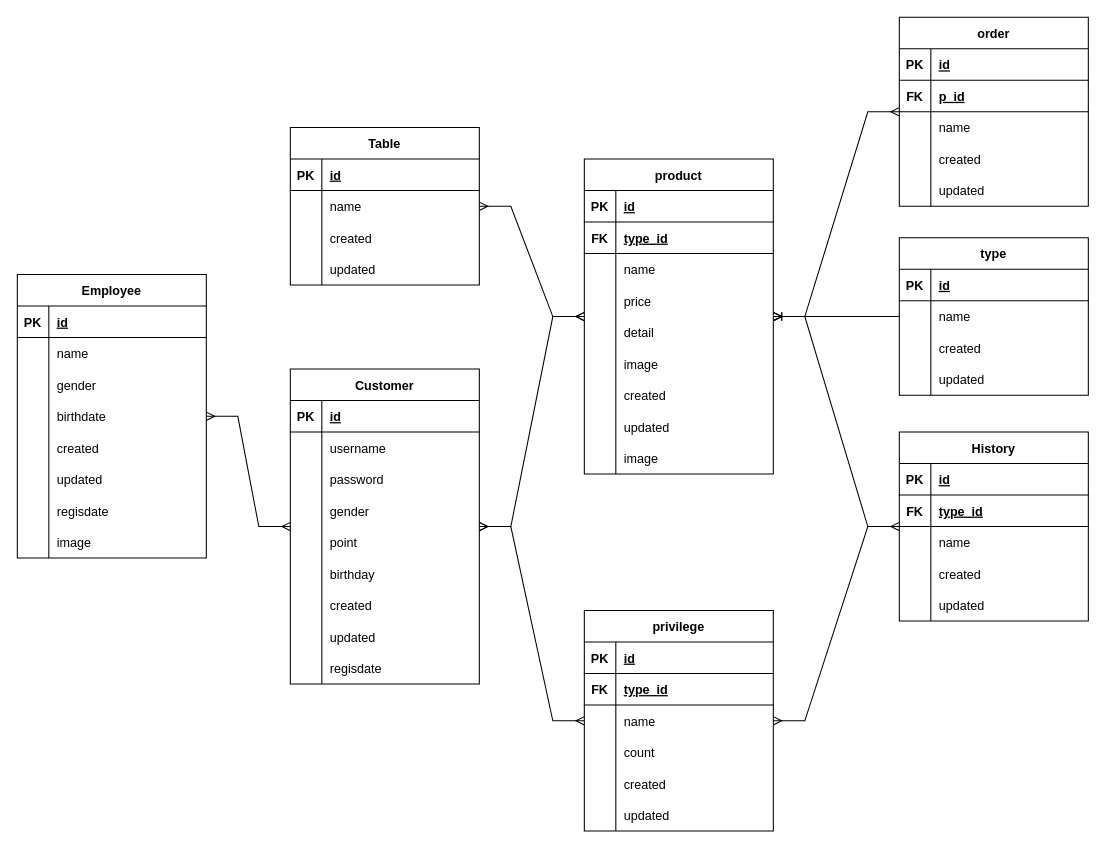
bomtawep/bom-order-nodejs keeps this draw.io diagram as src/Database-design.drawio. Above is the earlier version. Source tidied: cells renumbered, new cells numbered last; positions are measured from the earlier drawing's top-left corner, leaving out a move shared by most shapes. Both pictures are drawn from the tidied source at 105%, with x=0, y=0 at pixel (17, 17).
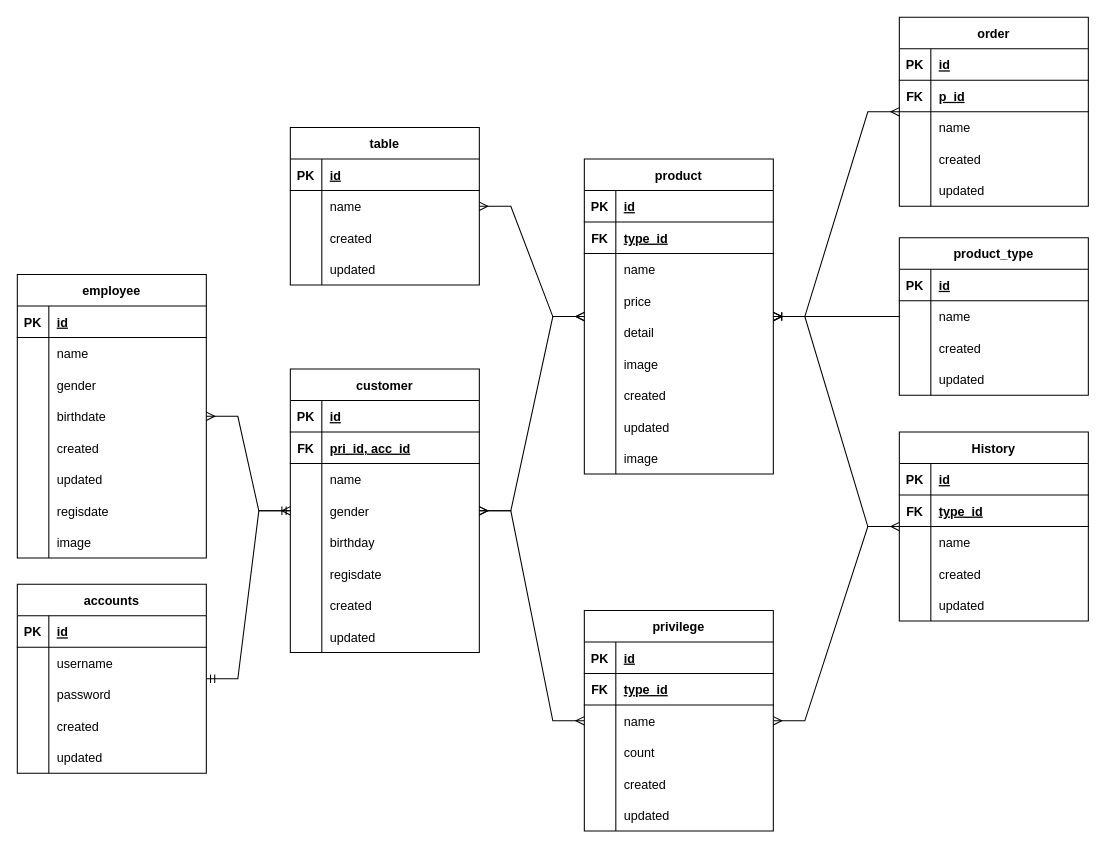
The same diagram, later.

Diff of the diagram source:
```diff
@@
-    <mxCell id="2" value="Table" style="shape=table;startSize=30;childLayout=tableLayout;rowLines=0;fontStyle=1;align=center;" parent="1" vertex="1">
+    <mxCell id="2" value="table" style="shape=table;startSize=30;childLayout=tableLayout;rowLines=0;fontStyle=1;align=center;" parent="1" vertex="1">
       <mxGeometry x="260" y="105" width="180" height="150" as="geometry" />
     </mxCell>
@@
-    <mxCell id="15" value="Customer" style="shape=table;startSize=30;childLayout=tableLayout;rowLines=0;fontStyle=1;align=center;" parent="1" vertex="1">
-      <mxGeometry x="260" y="335" width="180" height="300" as="geometry" />
+    <mxCell id="15" value="customer" style="shape=table;startSize=30;childLayout=tableLayout;rowLines=0;fontStyle=1;align=center;" parent="1" vertex="1">
+      <mxGeometry x="260" y="335" width="180" height="270" as="geometry" />
     </mxCell>
@@
+    <mxCell id="168" style="shape=tableRow;horizontal=0;startSize=0;swimlaneHead=0;swimlaneBody=0;fillColor=none;top=0;left=0;right=0;bottom=1;" parent="15" vertex="1">
+      <mxGeometry y="60" width="180" height="30" as="geometry" />
+    </mxCell>
+    <mxCell id="169" value="FK" style="shape=partialRectangle;fillColor=none;top=0;left=0;bottom=0;right=0;fontStyle=1;overflow=hidden;" parent="168" vertex="1">
+      <mxGeometry width="30" height="30" as="geometry" />
+    </mxCell>
+    <mxCell id="170" value="pri_id, acc_id" style="shape=partialRectangle;fillColor=none;top=0;left=0;bottom=0;right=0;align=left;spacingLeft=6;fontStyle=5;overflow=hidden;" parent="168" vertex="1">
+      <mxGeometry x="30" width="150" height="30" as="geometry" />
+    </mxCell>
     <mxCell id="19" style="shape=tableRow;horizontal=0;startSize=0;swimlaneHead=0;swimlaneBody=0;fillColor=none;top=0;left=0;right=0;bottom=0;" parent="15" vertex="1">
-      <mxGeometry y="60" width="180" height="30" as="geometry" />
+      <mxGeometry y="90" width="180" height="30" as="geometry" />
     </mxCell>
@@
-    <mxCell id="21" value="username" style="shape=partialRectangle;fillColor=none;top=0;left=0;bottom=0;right=0;align=left;spacingLeft=6;overflow=hidden;" parent="19" vertex="1">
+    <mxCell id="21" value="name" style="shape=partialRectangle;fillColor=none;top=0;left=0;bottom=0;right=0;align=left;spacingLeft=6;overflow=hidden;" parent="19" vertex="1">
       <mxGeometry x="30" width="150" height="30" as="geometry" />
     </mxCell>
-    <mxCell id="22" style="shape=tableRow;horizontal=0;startSize=0;swimlaneHead=0;swimlaneBody=0;fillColor=none;top=0;left=0;right=0;bottom=0;" parent="15" vertex="1">
-      <mxGeometry y="90" width="180" height="30" as="geometry" />
-    </mxCell>
-    <mxCell id="23" style="shape=partialRectangle;fillColor=none;top=0;left=0;bottom=0;right=0;overflow=hidden;" parent="22" vertex="1">
-      <mxGeometry width="30" height="30" as="geometry" />
-    </mxCell>
-    <mxCell id="24" value="password" style="shape=partialRectangle;fillColor=none;top=0;left=0;bottom=0;right=0;align=left;spacingLeft=6;overflow=hidden;" parent="22" vertex="1">
-      <mxGeometry x="30" width="150" height="30" as="geometry" />
-    </mxCell>
@@
-    <mxCell id="28" style="shape=tableRow;horizontal=0;startSize=0;swimlaneHead=0;swimlaneBody=0;fillColor=none;top=0;left=0;right=0;bottom=0;" parent="15" vertex="1">
-      <mxGeometry y="150" width="180" height="30" as="geometry" />
-    </mxCell>
-    <mxCell id="29" style="shape=partialRectangle;fillColor=none;top=0;left=0;bottom=0;right=0;overflow=hidden;" parent="28" vertex="1">
-      <mxGeometry width="30" height="30" as="geometry" />
-    </mxCell>
-    <mxCell id="30" value="point" style="shape=partialRectangle;fillColor=none;top=0;left=0;bottom=0;right=0;align=left;spacingLeft=6;overflow=hidden;" parent="28" vertex="1">
-      <mxGeometry x="30" width="150" height="30" as="geometry" />
-    </mxCell>
     <mxCell id="31" style="shape=tableRow;horizontal=0;startSize=0;swimlaneHead=0;swimlaneBody=0;fillColor=none;top=0;left=0;right=0;bottom=0;" parent="15" vertex="1">
-      <mxGeometry y="180" width="180" height="30" as="geometry" />
+      <mxGeometry y="150" width="180" height="30" as="geometry" />
     </mxCell>
@@
+    <mxCell id="40" style="shape=tableRow;horizontal=0;startSize=0;swimlaneHead=0;swimlaneBody=0;fillColor=none;top=0;left=0;right=0;bottom=0;" parent="15" vertex="1">
+      <mxGeometry y="180" width="180" height="30" as="geometry" />
+    </mxCell>
+    <mxCell id="41" style="shape=partialRectangle;fillColor=none;top=0;left=0;bottom=0;right=0;overflow=hidden;" parent="40" vertex="1">
+      <mxGeometry width="30" height="30" as="geometry" />
+    </mxCell>
+    <mxCell id="42" value="regisdate" style="shape=partialRectangle;fillColor=none;top=0;left=0;bottom=0;right=0;align=left;spacingLeft=6;overflow=hidden;" parent="40" vertex="1">
+      <mxGeometry x="30" width="150" height="30" as="geometry" />
+    </mxCell>
@@
-    <mxCell id="40" style="shape=tableRow;horizontal=0;startSize=0;swimlaneHead=0;swimlaneBody=0;fillColor=none;top=0;left=0;right=0;bottom=0;" parent="15" vertex="1">
-      <mxGeometry y="270" width="180" height="30" as="geometry" />
-    </mxCell>
-    <mxCell id="41" style="shape=partialRectangle;fillColor=none;top=0;left=0;bottom=0;right=0;overflow=hidden;" parent="40" vertex="1">
-      <mxGeometry width="30" height="30" as="geometry" />
-    </mxCell>
-    <mxCell id="42" value="regisdate" style="shape=partialRectangle;fillColor=none;top=0;left=0;bottom=0;right=0;align=left;spacingLeft=6;overflow=hidden;" parent="40" vertex="1">
-      <mxGeometry x="30" width="150" height="30" as="geometry" />
-    </mxCell>
-    <mxCell id="43" value="Employee" style="shape=table;startSize=30;childLayout=tableLayout;rowLines=0;fontStyle=1;align=center;" parent="1" vertex="1">
+    <mxCell id="43" value="employee" style="shape=table;startSize=30;childLayout=tableLayout;rowLines=0;fontStyle=1;align=center;" parent="1" vertex="1">
       <mxGeometry y="245" width="180" height="270" as="geometry" />
     </mxCell>
@@
-    <mxCell id="84" value="type" style="shape=table;startSize=30;childLayout=tableLayout;rowLines=0;fontStyle=1;align=center;" parent="1" vertex="1">
+    <mxCell id="84" value="product_type" style="shape=table;startSize=30;childLayout=tableLayout;rowLines=0;fontStyle=1;align=center;" parent="1" vertex="1">
       <mxGeometry x="840" y="210" width="180" height="150" as="geometry" />
     </mxCell>
@@
+    <mxCell id="171" value="accounts" style="shape=table;startSize=30;childLayout=tableLayout;rowLines=0;fontStyle=1;align=center;strokeColor=#000000;fontColor=#000000;" parent="1" vertex="1">
+      <mxGeometry y="540" width="180" height="180" as="geometry" />
+    </mxCell>
+    <mxCell id="172" style="shape=tableRow;horizontal=0;startSize=0;swimlaneHead=0;swimlaneBody=0;fillColor=none;top=0;left=0;right=0;bottom=1;strokeColor=#000000;fontColor=#000000;" parent="171" vertex="1">
+      <mxGeometry y="30" width="180" height="30" as="geometry" />
+    </mxCell>
+    <mxCell id="173" value="PK" style="shape=partialRectangle;fillColor=none;top=0;left=0;bottom=0;right=0;fontStyle=1;overflow=hidden;strokeColor=#000000;fontColor=#000000;" parent="172" vertex="1">
+      <mxGeometry width="30" height="30" as="geometry" />
+    </mxCell>
+    <mxCell id="174" value="id" style="shape=partialRectangle;fillColor=none;top=0;left=0;bottom=0;right=0;align=left;spacingLeft=6;fontStyle=5;overflow=hidden;strokeColor=#000000;fontColor=#000000;" parent="172" vertex="1">
+      <mxGeometry x="30" width="150" height="30" as="geometry" />
+    </mxCell>
+    <mxCell id="175" style="shape=tableRow;horizontal=0;startSize=0;swimlaneHead=0;swimlaneBody=0;fillColor=none;top=0;left=0;right=0;bottom=0;strokeColor=#000000;fontColor=#000000;" parent="171" vertex="1">
+      <mxGeometry y="60" width="180" height="30" as="geometry" />
+    </mxCell>
+    <mxCell id="176" style="shape=partialRectangle;fillColor=none;top=0;left=0;bottom=0;right=0;overflow=hidden;strokeColor=#000000;fontColor=#000000;" parent="175" vertex="1">
+      <mxGeometry width="30" height="30" as="geometry" />
+    </mxCell>
+    <mxCell id="177" value="username" style="shape=partialRectangle;fillColor=none;top=0;left=0;bottom=0;right=0;align=left;spacingLeft=6;overflow=hidden;strokeColor=#000000;fontColor=#000000;" parent="175" vertex="1">
+      <mxGeometry x="30" width="150" height="30" as="geometry" />
+    </mxCell>
+    <mxCell id="178" style="shape=tableRow;horizontal=0;startSize=0;swimlaneHead=0;swimlaneBody=0;fillColor=none;top=0;left=0;right=0;bottom=0;strokeColor=#000000;fontColor=#000000;" parent="171" vertex="1">
+      <mxGeometry y="90" width="180" height="30" as="geometry" />
+    </mxCell>
+    <mxCell id="179" style="shape=partialRectangle;fillColor=none;top=0;left=0;bottom=0;right=0;overflow=hidden;strokeColor=#000000;fontColor=#000000;" parent="178" vertex="1">
+      <mxGeometry width="30" height="30" as="geometry" />
+    </mxCell>
+    <mxCell id="24" value="password" style="shape=partialRectangle;fillColor=none;top=0;left=0;bottom=0;right=0;align=left;spacingLeft=6;overflow=hidden;strokeColor=#000000;fontColor=#000000;" parent="178" vertex="1">
+      <mxGeometry x="30" width="150" height="30" as="geometry" />
+    </mxCell>
+    <mxCell id="180" style="shape=tableRow;horizontal=0;startSize=0;swimlaneHead=0;swimlaneBody=0;fillColor=none;top=0;left=0;right=0;bottom=0;strokeColor=#000000;fontColor=#000000;" parent="171" vertex="1">
+      <mxGeometry y="120" width="180" height="30" as="geometry" />
+    </mxCell>
+    <mxCell id="181" style="shape=partialRectangle;fillColor=none;top=0;left=0;bottom=0;right=0;overflow=hidden;strokeColor=#000000;fontColor=#000000;" parent="180" vertex="1">
+      <mxGeometry width="30" height="30" as="geometry" />
+    </mxCell>
+    <mxCell id="182" value="created" style="shape=partialRectangle;fillColor=none;top=0;left=0;bottom=0;right=0;align=left;spacingLeft=6;overflow=hidden;strokeColor=#000000;fontColor=#000000;" parent="180" vertex="1">
+      <mxGeometry x="30" width="150" height="30" as="geometry" />
+    </mxCell>
+    <mxCell id="183" style="shape=tableRow;horizontal=0;startSize=0;swimlaneHead=0;swimlaneBody=0;fillColor=none;top=0;left=0;right=0;bottom=0;strokeColor=#000000;fontColor=#000000;" parent="171" vertex="1">
+      <mxGeometry y="150" width="180" height="30" as="geometry" />
+    </mxCell>
+    <mxCell id="184" style="shape=partialRectangle;fillColor=none;top=0;left=0;bottom=0;right=0;overflow=hidden;strokeColor=#000000;fontColor=#000000;" parent="183" vertex="1">
+      <mxGeometry width="30" height="30" as="geometry" />
+    </mxCell>
+    <mxCell id="185" value="updated" style="shape=partialRectangle;fillColor=none;top=0;left=0;bottom=0;right=0;align=left;spacingLeft=6;overflow=hidden;strokeColor=#000000;fontColor=#000000;" parent="183" vertex="1">
+      <mxGeometry x="30" width="150" height="30" as="geometry" />
+    </mxCell>
+    <mxCell id="186" style="edgeStyle=entityRelationEdgeStyle;fontSize=12;html=1;endArrow=ERmandOne;startArrow=ERmandOne;rounded=0;strokeColor=#000000;fontColor=#000000;" parent="1" edge="1" source="171" target="15">
+      <mxGeometry relative="1" as="geometry" />
+    </mxCell>
```
